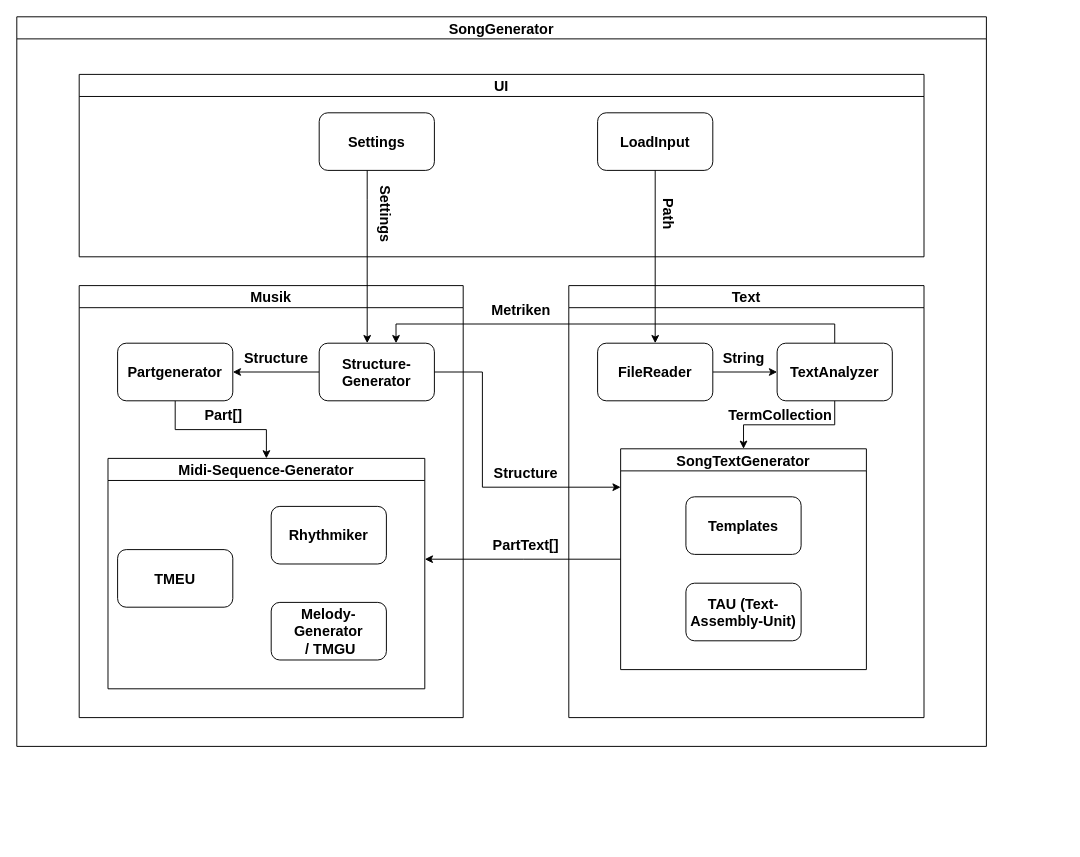
ArtInLines/Studium keeps this draw.io diagram as Software Engineering/Komponenten-Diagramm.drawio. Above is the earlier version. Source tidied: cells renumbered, new cells numbered last; positions are measured from the earlier drawing's top-left corner, leaving out a move shared by most shapes. Both pictures are drawn from the tidied source at 96%, with x=0, y=0 at pixel (16, 16). Pictures stored in the file or linked from it are replaced by grey dashed boxes.
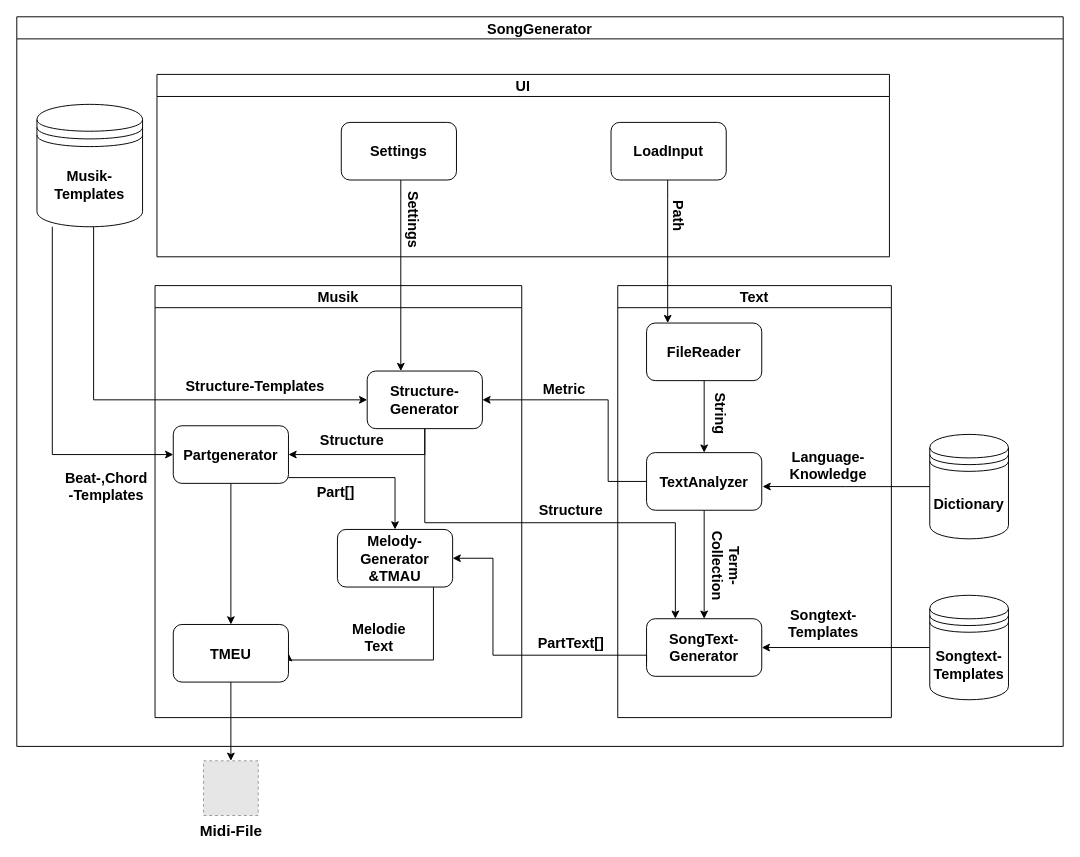
The same diagram, later.

What changed in the source:
```diff
@@
     <mxCell id="2" value="SongGenerator" style="swimlane;fontSize=15;" parent="1" vertex="1">
-      <mxGeometry width="1010" height="760" as="geometry" />
+      <mxGeometry width="1090" height="760" as="geometry" />
     </mxCell>
     <mxCell id="3" value="Musik" style="swimlane;fontSize=15;" parent="2" vertex="1">
-      <mxGeometry x="65" y="280" width="400" height="450" as="geometry" />
+      <mxGeometry x="144" y="280" width="382" height="450" as="geometry" />
     </mxCell>
     <mxCell id="4" style="edgeStyle=orthogonalEdgeStyle;rounded=0;jettySize=auto;html=1;entryX=1;entryY=0.5;entryDx=0;entryDy=0;fontSize=15;" parent="3" edge="1" source="5" target="7">
-      <mxGeometry relative="1" as="geometry" />
+      <mxGeometry relative="1" as="geometry">
+        <Array as="points">
+          <mxPoint x="281" y="176" />
+        </Array>
+      </mxGeometry>
     </mxCell>
     <mxCell id="5" value="&lt;div style=&quot;font-size: 15px;&quot;&gt;&lt;b&gt;&lt;font style=&quot;font-size: 15px;&quot;&gt;Structure-Generator&lt;/font&gt;&lt;/b&gt;&lt;/div&gt;" style="rounded=1;whiteSpace=wrap;html=1;" parent="3" vertex="1">
-      <mxGeometry x="250" y="60" width="120" height="60" as="geometry" />
+      <mxGeometry x="221" y="89" width="120" height="60" as="geometry" />
     </mxCell>
-    <mxCell id="6" style="edgeStyle=orthogonalEdgeStyle;rounded=0;jettySize=auto;html=1;fontSize=15;" parent="3" edge="1" source="7" target="8">
+    <mxCell id="6" style="edgeStyle=orthogonalEdgeStyle;rounded=0;jettySize=auto;html=1;fontSize=15;entryX=0.5;entryY=0;entryDx=0;entryDy=0;" parent="3" edge="1" source="7" target="11">
       <mxGeometry relative="1" as="geometry" />
     </mxCell>
+    <mxCell id="37" style="edgeStyle=orthogonalEdgeStyle;rounded=0;jettySize=auto;html=1;entryX=0.5;entryY=0;entryDx=0;entryDy=0;" parent="3" edge="1" source="7" target="10">
+      <mxGeometry relative="1" as="geometry">
+        <Array as="points">
+          <mxPoint x="250" y="200" />
+        </Array>
+      </mxGeometry>
+    </mxCell>
     <mxCell id="7" value="&lt;div style=&quot;font-size: 15px;&quot;&gt;&lt;b&gt;&lt;font style=&quot;font-size: 15px;&quot;&gt;Partgenerator&lt;/font&gt;&lt;/b&gt;&lt;/div&gt;" style="rounded=1;whiteSpace=wrap;html=1;" parent="3" vertex="1">
-      <mxGeometry x="40" y="60" width="120" height="60" as="geometry" />
+      <mxGeometry x="19" y="146" width="120" height="60" as="geometry" />
     </mxCell>
-    <mxCell id="8" value="Midi-Sequence-Generator" style="swimlane;fontSize=15;" parent="3" vertex="1">
-      <mxGeometry x="30" y="180" width="330" height="240" as="geometry" />
-    </mxCell>
-    <mxCell id="9" value="&lt;div&gt;&lt;b&gt;Rhythmiker&lt;/b&gt;&lt;/div&gt;" style="rounded=1;whiteSpace=wrap;html=1;fontSize=15;" parent="8" vertex="1">
-      <mxGeometry x="170" y="50" width="120" height="60" as="geometry" />
-    </mxCell>
+    <mxCell id="12" value="&lt;b&gt;Structure&lt;/b&gt;" style="text;html=1;align=center;verticalAlign=middle;strokeColor=none;fillColor=none;fontSize=15;rotation=0;" parent="3" vertex="1">
+      <mxGeometry x="160" y="146" width="90" height="30" as="geometry" />
+    </mxCell>
+    <mxCell id="13" value="&lt;b&gt;Part[]&lt;/b&gt;" style="text;html=1;align=center;verticalAlign=middle;strokeColor=none;fillColor=none;fontSize=15;rotation=0;" parent="3" vertex="1">
+      <mxGeometry x="158" y="200" width="60" height="30" as="geometry" />
+    </mxCell>
+    <mxCell id="38" style="edgeStyle=orthogonalEdgeStyle;rounded=0;jettySize=auto;html=1;entryX=1;entryY=0.5;entryDx=0;entryDy=0;" parent="3" edge="1" source="10" target="11">
+      <mxGeometry relative="1" as="geometry">
+        <Array as="points">
+          <mxPoint x="290" y="390" />
+        </Array>
+      </mxGeometry>
+    </mxCell>
-    <mxCell id="10" value="&lt;div style=&quot;font-size: 15px;&quot;&gt;&lt;b&gt;&lt;font style=&quot;font-size: 15px;&quot;&gt;Melody-Generator&lt;/font&gt;&lt;/b&gt;&lt;/div&gt;&lt;font style=&quot;font-size: 15px;&quot;&gt;&amp;nbsp;&lt;b&gt;/ TMGU&lt;/b&gt;&lt;/font&gt;" style="rounded=1;whiteSpace=wrap;html=1;" parent="8" vertex="1">
-      <mxGeometry x="170" y="150" width="120" height="60" as="geometry" />
+    <mxCell id="10" value="&lt;div style=&quot;font-size: 15px;&quot;&gt;&lt;b&gt;&lt;font style=&quot;font-size: 15px;&quot;&gt;Melody-Generator &amp;amp;TMAU&lt;br&gt;&lt;/font&gt;&lt;/b&gt;&lt;/div&gt;" style="rounded=1;whiteSpace=wrap;html=1;" parent="3" vertex="1">
+      <mxGeometry x="190" y="254" width="120" height="60" as="geometry" />
     </mxCell>
-    <mxCell id="11" value="&lt;div style=&quot;font-size: 15px;&quot;&gt;&lt;b&gt;&lt;font style=&quot;font-size: 15px;&quot;&gt;TMEU&lt;/font&gt;&lt;/b&gt;&lt;/div&gt;" style="rounded=1;whiteSpace=wrap;html=1;" parent="8" vertex="1">
-      <mxGeometry x="10" y="95" width="120" height="60" as="geometry" />
+    <mxCell id="11" value="&lt;div style=&quot;font-size: 15px;&quot;&gt;&lt;b&gt;&lt;font style=&quot;font-size: 15px;&quot;&gt;TMEU&lt;/font&gt;&lt;/b&gt;&lt;/div&gt;" style="rounded=1;whiteSpace=wrap;html=1;" parent="3" vertex="1">
+      <mxGeometry x="19" y="353" width="120" height="60" as="geometry" />
     </mxCell>
-    <mxCell id="12" value="&lt;b&gt;Structure&lt;/b&gt;" style="text;html=1;align=center;verticalAlign=middle;strokeColor=none;fillColor=none;fontSize=15;rotation=0;" parent="3" vertex="1">
-      <mxGeometry x="160" y="60" width="90" height="30" as="geometry" />
-    </mxCell>
-    <mxCell id="13" value="&lt;b&gt;Part[]&lt;/b&gt;" style="text;html=1;align=center;verticalAlign=middle;strokeColor=none;fillColor=none;fontSize=15;rotation=0;" parent="3" vertex="1">
-      <mxGeometry x="120" y="120" width="60" height="30" as="geometry" />
-    </mxCell>
+    <mxCell id="39" value="&lt;font style=&quot;font-size: 15px;&quot;&gt;&lt;b&gt;Melodie&lt;br&gt;Text&lt;/b&gt;&lt;/font&gt;" style="text;html=1;align=center;verticalAlign=middle;strokeColor=none;fillColor=none;imageWidth=28;" parent="3" vertex="1">
+      <mxGeometry x="193" y="341" width="80" height="50" as="geometry" />
+    </mxCell>
+    <mxCell id="40" value="&lt;b&gt;Structure-Templates&lt;/b&gt;" style="text;html=1;align=center;verticalAlign=middle;strokeColor=none;fillColor=none;fontSize=15;rotation=0;" parent="3" vertex="1">
+      <mxGeometry x="22" y="89" width="163" height="30" as="geometry" />
+    </mxCell>
     <mxCell id="14" value="Text" style="swimlane;fontSize=15;" parent="2" vertex="1">
-      <mxGeometry x="575" y="280" width="370" height="450" as="geometry" />
+      <mxGeometry x="626" y="280" width="285" height="450" as="geometry" />
     </mxCell>
@@
     <mxCell id="16" value="&lt;font style=&quot;font-size: 15px;&quot;&gt;&lt;b&gt;FileReader&lt;/b&gt;&lt;/font&gt;" style="rounded=1;whiteSpace=wrap;html=1;" parent="14" vertex="1">
-      <mxGeometry x="30" y="60" width="120" height="60" as="geometry" />
+      <mxGeometry x="30" y="39" width="120" height="60" as="geometry" />
     </mxCell>
-    <mxCell id="17" style="edgeStyle=orthogonalEdgeStyle;rounded=0;jettySize=auto;html=1;fontSize=15;" parent="14" edge="1" source="18" target="19">
-      <mxGeometry relative="1" as="geometry" />
-    </mxCell>
+    <mxCell id="41" style="edgeStyle=orthogonalEdgeStyle;rounded=0;jettySize=auto;html=1;" parent="14" edge="1" source="18" target="20">
+      <mxGeometry relative="1" as="geometry" />
+    </mxCell>
     <mxCell id="18" value="&lt;font style=&quot;font-size: 15px;&quot;&gt;&lt;b&gt;TextAnalyze&lt;/b&gt;&lt;font style=&quot;font-size: 15px;&quot;&gt;&lt;b&gt;r&lt;/b&gt;&lt;/font&gt;&lt;/font&gt;" style="rounded=1;whiteSpace=wrap;html=1;" parent="14" vertex="1">
-      <mxGeometry x="217" y="60" width="120" height="60" as="geometry" />
+      <mxGeometry x="30" y="174" width="120" height="60" as="geometry" />
     </mxCell>
-    <mxCell id="19" value="SongTextGenerator" style="swimlane;fontSize=15;" parent="14" vertex="1">
-      <mxGeometry x="54" y="170" width="256" height="230" as="geometry" />
-    </mxCell>
-    <mxCell id="20" value="&lt;div&gt;&lt;b&gt;Templates&lt;/b&gt;&lt;/div&gt;" style="rounded=1;whiteSpace=wrap;html=1;fontSize=15;" parent="19" vertex="1">
-      <mxGeometry x="68" y="50" width="120" height="60" as="geometry" />
-    </mxCell>
-    <mxCell id="21" value="&lt;b&gt;TAU (Text-Assembly-Unit)&lt;br&gt;&lt;/b&gt;" style="rounded=1;whiteSpace=wrap;html=1;fontSize=15;" parent="19" vertex="1">
-      <mxGeometry x="68" y="140" width="120" height="60" as="geometry" />
-    </mxCell>
-    <mxCell id="22" value="&lt;div&gt;&lt;b&gt;String&lt;/b&gt;&lt;/div&gt;" style="text;html=1;align=center;verticalAlign=middle;strokeColor=none;fillColor=none;fontSize=15;" parent="14" vertex="1">
-      <mxGeometry x="147" y="60" width="70" height="30" as="geometry" />
+    <mxCell id="22" value="&lt;div&gt;&lt;b&gt;String&lt;/b&gt;&lt;/div&gt;" style="text;html=1;align=center;verticalAlign=middle;strokeColor=none;fillColor=none;fontSize=15;rotation=90;" parent="14" vertex="1">
+      <mxGeometry x="73" y="118" width="70" height="30" as="geometry" />
     </mxCell>
-    <mxCell id="23" value="&lt;div&gt;&lt;b&gt;TermCollection&lt;/b&gt;&lt;/div&gt;" style="text;html=1;align=center;verticalAlign=middle;strokeColor=none;fillColor=none;fontSize=15;" parent="14" vertex="1">
-      <mxGeometry x="155" y="120" width="130" height="30" as="geometry" />
+    <mxCell id="23" value="&lt;div&gt;&lt;b&gt;Term-&lt;/b&gt;&lt;/div&gt;&lt;div&gt;&lt;b&gt;Collection&lt;/b&gt;&lt;/div&gt;" style="text;html=1;align=center;verticalAlign=middle;strokeColor=none;fillColor=none;fontSize=15;rotation=90;" parent="14" vertex="1">
+      <mxGeometry x="68" y="267" width="91" height="48" as="geometry" />
     </mxCell>
-    <mxCell id="24" style="edgeStyle=orthogonalEdgeStyle;rounded=0;jettySize=auto;html=1;fontSize=15;" parent="2" edge="1" source="5" target="19">
-      <mxGeometry relative="1" as="geometry">
-        <Array as="points">
-          <mxPoint x="485" y="370" />
-          <mxPoint x="485" y="490" />
-        </Array>
-      </mxGeometry>
-    </mxCell>
+    <mxCell id="20" value="&lt;div&gt;&lt;b&gt;SongText-Generator&lt;/b&gt;&lt;/div&gt;" style="rounded=1;whiteSpace=wrap;html=1;fontSize=15;" parent="14" vertex="1">
+      <mxGeometry x="30" y="347" width="120" height="60" as="geometry" />
+    </mxCell>
+    <mxCell id="42" value="&lt;div&gt;&lt;b&gt;Songtext-&lt;/b&gt;&lt;/div&gt;&lt;div&gt;&lt;b&gt;Template&lt;/b&gt;&lt;b&gt;s&lt;/b&gt;&lt;/div&gt;" style="text;html=1;align=center;verticalAlign=middle;strokeColor=none;fillColor=none;fontSize=15;rotation=0;" parent="14" vertex="1">
+      <mxGeometry x="168" y="328" width="91" height="48" as="geometry" />
+    </mxCell>
+    <mxCell id="43" value="&lt;div style=&quot;&quot;&gt;&lt;font style=&quot;font-size: 15px;&quot;&gt;&lt;b&gt;Language-&lt;/b&gt;&lt;/font&gt;&lt;/div&gt;&lt;div style=&quot;&quot;&gt;&lt;font style=&quot;font-size: 15px;&quot;&gt;&lt;b&gt;Knowledge&lt;/b&gt;&lt;/font&gt;&lt;/div&gt;" style="text;html=1;align=center;verticalAlign=middle;strokeColor=none;fillColor=none;fontSize=15;" parent="14" vertex="1">
+      <mxGeometry x="170" y="163" width="98" height="48" as="geometry" />
+    </mxCell>
     <mxCell id="25" value="UI" style="swimlane;fontSize=15;" parent="2" vertex="1">
-      <mxGeometry x="65" y="60" width="880" height="190" as="geometry" />
+      <mxGeometry x="146" y="60" width="763" height="190" as="geometry" />
     </mxCell>
     <mxCell id="26" value="&lt;b&gt;LoadInput&lt;/b&gt;" style="rounded=1;whiteSpace=wrap;html=1;fontSize=15;" parent="25" vertex="1">
-      <mxGeometry x="540" y="40" width="120" height="60" as="geometry" />
+      <mxGeometry x="473" y="50" width="120" height="60" as="geometry" />
     </mxCell>
     <mxCell id="27" value="&lt;b&gt;Settings&lt;/b&gt;" style="rounded=1;whiteSpace=wrap;html=1;fontSize=15;" parent="25" vertex="1">
-      <mxGeometry x="250" y="40" width="120" height="60" as="geometry" />
+      <mxGeometry x="192" y="50" width="120" height="60" as="geometry" />
     </mxCell>
     <mxCell id="28" value="&lt;b&gt;Path&lt;/b&gt;" style="text;html=1;align=center;verticalAlign=middle;strokeColor=none;fillColor=none;fontSize=15;rotation=90;" parent="25" vertex="1">
-      <mxGeometry x="585" y="130" width="60" height="30" as="geometry" />
+      <mxGeometry x="514" y="132" width="60" height="30" as="geometry" />
     </mxCell>
     <mxCell id="29" value="&lt;div&gt;&lt;b&gt;Settings&lt;/b&gt;&lt;/div&gt;" style="text;html=1;align=center;verticalAlign=middle;strokeColor=none;fillColor=none;fontSize=15;rotation=90;" parent="25" vertex="1">
-      <mxGeometry x="280" y="130" width="80" height="30" as="geometry" />
+      <mxGeometry x="228" y="136" width="80" height="30" as="geometry" />
     </mxCell>
     <mxCell id="30" style="edgeStyle=orthogonalEdgeStyle;rounded=0;jettySize=auto;html=1;fontSize=15;" parent="2" edge="1" source="26" target="16">
-      <mxGeometry relative="1" as="geometry" />
+      <mxGeometry relative="1" as="geometry">
+        <Array as="points">
+          <mxPoint x="678" y="190" />
+          <mxPoint x="678" y="190" />
+        </Array>
+      </mxGeometry>
     </mxCell>
     <mxCell id="31" style="edgeStyle=orthogonalEdgeStyle;rounded=0;jettySize=auto;html=1;fontSize=15;" parent="2" edge="1" source="27" target="5">
       <mxGeometry relative="1" as="geometry">
         <Array as="points">
-          <mxPoint x="365" y="190" />
-          <mxPoint x="365" y="190" />
+          <mxPoint x="400" y="190" />
+          <mxPoint x="400" y="190" />
         </Array>
       </mxGeometry>
     </mxCell>
-    <mxCell id="32" value="&lt;b&gt;Structure&lt;/b&gt;" style="text;html=1;align=center;verticalAlign=middle;strokeColor=none;fillColor=none;fontSize=15;rotation=0;" parent="2" vertex="1">
-      <mxGeometry x="485" y="460" width="90" height="30" as="geometry" />
-    </mxCell>
     <mxCell id="33" value="&lt;div&gt;&lt;b&gt;PartText[]&lt;/b&gt;&lt;/div&gt;" style="text;html=1;align=center;verticalAlign=middle;strokeColor=none;fillColor=none;fontSize=15;rotation=0;" parent="2" vertex="1">
-      <mxGeometry x="485" y="535" width="90" height="30" as="geometry" />
+      <mxGeometry x="532" y="637" width="90" height="30" as="geometry" />
     </mxCell>
-    <mxCell id="34" style="edgeStyle=orthogonalEdgeStyle;rounded=0;jettySize=auto;html=1;entryX=0.667;entryY=0;entryDx=0;entryDy=0;entryPerimeter=0;" parent="2" edge="1" source="18" target="5">
-      <mxGeometry relative="1" as="geometry">
-        <Array as="points">
-          <mxPoint x="852" y="320" />
-          <mxPoint x="395" y="320" />
-        </Array>
-      </mxGeometry>
-    </mxCell>
-    <mxCell id="35" value="&lt;div&gt;&lt;b&gt;Metriken&lt;/b&gt;&lt;/div&gt;" style="text;html=1;align=center;verticalAlign=middle;strokeColor=none;fillColor=none;fontSize=15;rotation=0;" parent="2" vertex="1">
-      <mxGeometry x="480" y="290" width="90" height="30" as="geometry" />
+    <mxCell id="35" value="&lt;b&gt;Metric&lt;/b&gt;" style="text;html=1;align=center;verticalAlign=middle;strokeColor=none;fillColor=none;fontSize=15;rotation=0;" parent="2" vertex="1">
+      <mxGeometry x="539" y="372" width="62" height="30" as="geometry" />
     </mxCell>
-    <mxCell id="36" style="edgeStyle=orthogonalEdgeStyle;rounded=0;jettySize=auto;html=1;fontSize=15;" parent="1" edge="1" source="19">
+    <mxCell id="36" style="edgeStyle=orthogonalEdgeStyle;rounded=0;jettySize=auto;html=1;fontSize=15;entryX=1;entryY=0.5;entryDx=0;entryDy=0;exitX=0;exitY=0.75;exitDx=0;exitDy=0;" parent="2" edge="1" source="20" target="10">
       <mxGeometry relative="1" as="geometry">
-        <mxPoint x="425" y="565" as="targetPoint" />
+        <Array as="points">
+          <mxPoint x="656" y="665" />
+          <mxPoint x="496" y="665" />
+          <mxPoint x="496" y="564" />
+        </Array>
       </mxGeometry>
     </mxCell>
+    <mxCell id="44" style="edgeStyle=orthogonalEdgeStyle;rounded=0;jettySize=auto;html=1;entryX=0;entryY=0.5;entryDx=0;entryDy=0;" parent="2" edge="1" source="46" target="5">
+      <mxGeometry relative="1" as="geometry">
+        <Array as="points">
+          <mxPoint x="80" y="399" />
+        </Array>
+      </mxGeometry>
+    </mxCell>
+    <mxCell id="45" style="edgeStyle=orthogonalEdgeStyle;rounded=0;jettySize=auto;html=1;entryX=0;entryY=0.5;entryDx=0;entryDy=0;" parent="2" edge="1" source="46" target="7">
+      <mxGeometry relative="1" as="geometry">
+        <Array as="points">
+          <mxPoint x="37" y="456" />
+        </Array>
+      </mxGeometry>
+    </mxCell>
+    <mxCell id="46" value="&lt;b&gt;Musik-Templates&lt;/b&gt;" style="shape=datastore;whiteSpace=wrap;html=1;fontSize=15;" parent="2" vertex="1">
+      <mxGeometry x="21" y="91.2" width="110" height="127.5" as="geometry" />
+    </mxCell>
+    <mxCell id="47" value="&lt;div&gt;&lt;b&gt;Beat-,Chord&lt;br&gt;-Templates&lt;/b&gt;&lt;/div&gt;" style="text;html=1;align=center;verticalAlign=middle;strokeColor=none;fillColor=none;fontSize=15;rotation=0;" parent="2" vertex="1">
+      <mxGeometry x="38" y="464.4" width="110" height="50" as="geometry" />
+    </mxCell>
+    <mxCell id="48" style="edgeStyle=orthogonalEdgeStyle;rounded=0;jettySize=auto;html=1;fontSize=15;" parent="2" edge="1" source="49" target="20">
+      <mxGeometry relative="1" as="geometry" />
+    </mxCell>
+    <mxCell id="49" value="&lt;b&gt;Songtext-&lt;br&gt;&lt;/b&gt;&lt;div&gt;&lt;b&gt;Templates&lt;/b&gt;&lt;/div&gt;" style="shape=datastore;whiteSpace=wrap;html=1;fontSize=15;" parent="2" vertex="1">
+      <mxGeometry x="951" y="602.6" width="82" height="108.8" as="geometry" />
+    </mxCell>
+    <mxCell id="50" style="edgeStyle=orthogonalEdgeStyle;rounded=0;jettySize=auto;html=1;entryX=1.007;entryY=0.588;entryDx=0;entryDy=0;entryPerimeter=0;fontSize=15;" parent="2" edge="1" source="51" target="18">
+      <mxGeometry relative="1" as="geometry" />
+    </mxCell>
+    <mxCell id="51" value="&lt;b&gt;Dictionary&lt;/b&gt;" style="shape=datastore;whiteSpace=wrap;html=1;fontSize=15;" parent="2" vertex="1">
+      <mxGeometry x="951" y="435" width="82" height="108.8" as="geometry" />
+    </mxCell>
+    <mxCell id="34" style="edgeStyle=orthogonalEdgeStyle;rounded=0;jettySize=auto;html=1;entryX=1;entryY=0.5;entryDx=0;entryDy=0;" parent="2" edge="1" source="18" target="5">
+      <mxGeometry relative="1" as="geometry">
+        <Array as="points">
+          <mxPoint x="616" y="484" />
+          <mxPoint x="616" y="399" />
+        </Array>
+      </mxGeometry>
+    </mxCell>
+    <mxCell id="32" value="&lt;b&gt;Structure&lt;/b&gt;" style="text;html=1;align=center;verticalAlign=middle;strokeColor=none;fillColor=none;fontSize=15;rotation=0;" parent="2" vertex="1">
+      <mxGeometry x="532" y="498" width="90" height="30" as="geometry" />
+    </mxCell>
+    <mxCell id="52" style="edgeStyle=orthogonalEdgeStyle;rounded=0;jettySize=auto;html=1;entryX=0.25;entryY=0;entryDx=0;entryDy=0;fontSize=15;" parent="2" edge="1" source="5" target="20">
+      <mxGeometry relative="1" as="geometry">
+        <Array as="points">
+          <mxPoint x="425" y="527" />
+          <mxPoint x="686" y="527" />
+        </Array>
+      </mxGeometry>
+    </mxCell>
+    <mxCell id="53" value="&lt;font size=&quot;1&quot;&gt;&lt;b style=&quot;font-size: 16px;&quot;&gt;Midi-File&lt;/b&gt;&lt;/font&gt;" style="fillColor=#E6E6E6;strokeColor=#999999;dashed=1;html=1;verticalAlign=top;verticalLabelPosition=bottom;labelBackgroundColor=#ffffff;fontSize=13;" parent="1" vertex="1">
+      <mxGeometry x="194.5" y="775" width="57" height="57" as="geometry" />
+    </mxCell>
+    <mxCell id="54" style="edgeStyle=orthogonalEdgeStyle;rounded=0;jettySize=auto;html=1;fontSize=13;" parent="1" edge="1" source="11" target="53">
+      <mxGeometry relative="1" as="geometry" />
+    </mxCell>
```
